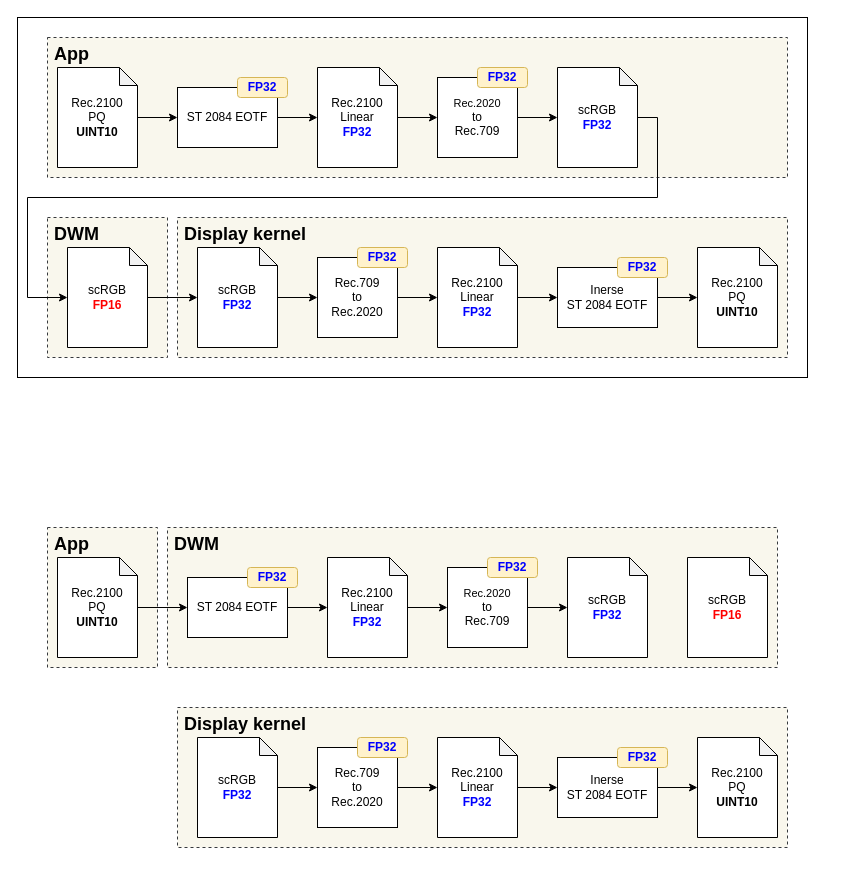
The draw.io diagram page "Windows_Color_Process" (2 of 2) of 2024/06_Correct_Windows_HDR_Output2/img/windows_signal_processing.drawio in toru-ver4/sample_code, before the edit. Source tidied: cells renumbered, new cells numbered last; positions are measured from the earlier drawing's top-left corner, leaving out a move shared by most shapes. Both pictures are drawn from the tidied source at 100%, with x=0, y=0 at pixel (17, 17).
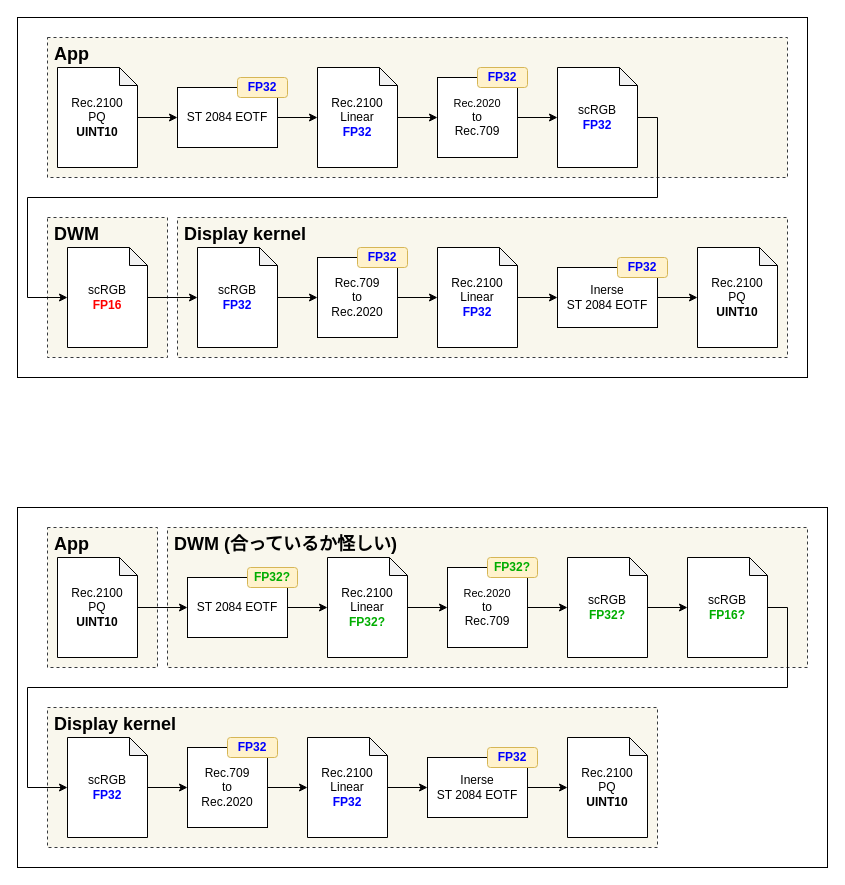
The same page after the edit.

Change to the diagram source:
```diff
@@
+    <mxCell id="57" style="rounded=0;whiteSpace=wrap;html=1;" parent="1" vertex="1">
+      <mxGeometry y="490" width="810" height="360" as="geometry" />
+    </mxCell>
@@
     <mxCell id="31" value="&amp;nbsp;Display kernel" style="rounded=0;whiteSpace=wrap;html=1;fontSize=18;verticalAlign=top;align=left;fontStyle=1;dashed=1;fillColor=#f9f7ed;strokeColor=#36393d;" parent="1" vertex="1">
-      <mxGeometry x="160" y="690" width="610" height="140" as="geometry" />
+      <mxGeometry x="30" y="690" width="610" height="140" as="geometry" />
     </mxCell>
-    <mxCell id="32" value="&amp;nbsp;DWM" style="rounded=0;whiteSpace=wrap;html=1;fontSize=18;verticalAlign=top;align=left;fontStyle=1;dashed=1;fillColor=#f9f7ed;strokeColor=#36393d;" parent="1" vertex="1">
-      <mxGeometry x="150" y="510" width="610" height="140" as="geometry" />
+    <mxCell id="32" value="&amp;nbsp;DWM (合っているか怪しい)" style="rounded=0;whiteSpace=wrap;html=1;fontSize=18;verticalAlign=top;align=left;fontStyle=1;dashed=1;fillColor=#f9f7ed;strokeColor=#36393d;" parent="1" vertex="1">
+      <mxGeometry x="150" y="510" width="640" height="140" as="geometry" />
     </mxCell>
@@
-    <mxCell id="37" value="&lt;div&gt;&lt;span style=&quot;background-color: initial;&quot;&gt;Rec.2100&lt;/span&gt;&lt;br&gt;&lt;/div&gt;&lt;div&gt;&lt;span style=&quot;background-color: initial;&quot;&gt;Linear&lt;/span&gt;&lt;/div&gt;&lt;font color=&quot;#0000ff&quot;&gt;&lt;b&gt;FP32&lt;/b&gt;&lt;/font&gt;" style="shape=note;whiteSpace=wrap;html=1;backgroundOutline=1;darkOpacity=0.05;size=18;" parent="1" vertex="1">
+    <mxCell id="37" value="&lt;div&gt;&lt;span style=&quot;background-color: initial;&quot;&gt;Rec.2100&lt;/span&gt;&lt;br&gt;&lt;/div&gt;&lt;div&gt;&lt;span style=&quot;background-color: initial;&quot;&gt;Linear&lt;/span&gt;&lt;/div&gt;&lt;b style=&quot;&quot;&gt;&lt;font color=&quot;#00ad00&quot;&gt;FP32?&lt;/font&gt;&lt;/b&gt;" style="shape=note;whiteSpace=wrap;html=1;backgroundOutline=1;darkOpacity=0.05;size=18;" parent="1" vertex="1">
       <mxGeometry x="310" y="540" width="80" height="100" as="geometry" />
     </mxCell>
-    <mxCell id="38" value="&lt;div&gt;scRGB&lt;/div&gt;&lt;div&gt;&lt;font color=&quot;#ff0000&quot;&gt;&lt;b&gt;FP16&lt;/b&gt;&lt;/font&gt;&lt;/div&gt;" style="shape=note;whiteSpace=wrap;html=1;backgroundOutline=1;darkOpacity=0.05;size=18;" parent="1" vertex="1">
+    <mxCell id="38" value="&lt;div&gt;scRGB&lt;/div&gt;&lt;div&gt;&lt;b style=&quot;&quot;&gt;&lt;font color=&quot;#00ad00&quot;&gt;FP16?&lt;/font&gt;&lt;/b&gt;&lt;/div&gt;" style="shape=note;whiteSpace=wrap;html=1;backgroundOutline=1;darkOpacity=0.05;size=18;" parent="1" vertex="1">
       <mxGeometry x="670" y="540" width="80" height="100" as="geometry" />
     </mxCell>
     <mxCell id="39" value="&lt;div&gt;Rec.2100&lt;/div&gt;&lt;div&gt;PQ&lt;/div&gt;&lt;div&gt;&lt;b&gt;UINT10&lt;/b&gt;&lt;/div&gt;" style="shape=note;whiteSpace=wrap;html=1;backgroundOutline=1;darkOpacity=0.05;size=18;" parent="1" vertex="1">
-      <mxGeometry x="680" y="720" width="80" height="100" as="geometry" />
+      <mxGeometry x="550" y="720" width="80" height="100" as="geometry" />
     </mxCell>
@@
     <mxCell id="42" value="&lt;div&gt;&lt;span style=&quot;background-color: initial;&quot;&gt;Rec.709&lt;/span&gt;&lt;br&gt;&lt;/div&gt;&lt;div&gt;&lt;span style=&quot;background-color: initial;&quot;&gt;to&lt;/span&gt;&lt;/div&gt;&lt;div&gt;&lt;span style=&quot;background-color: initial;&quot;&gt;Rec.2020&lt;/span&gt;&lt;/div&gt;" style="rounded=0;whiteSpace=wrap;html=1;" parent="1" vertex="1">
-      <mxGeometry x="300" y="730" width="80" height="80" as="geometry" />
+      <mxGeometry x="170" y="730" width="80" height="80" as="geometry" />
     </mxCell>
-    <mxCell id="43" value="&lt;div&gt;scRGB&lt;/div&gt;&lt;div&gt;&lt;b&gt;&lt;font color=&quot;#0000ff&quot;&gt;FP32&lt;/font&gt;&lt;/b&gt;&lt;/div&gt;" style="shape=note;whiteSpace=wrap;html=1;backgroundOutline=1;darkOpacity=0.05;size=18;" parent="1" vertex="1">
+    <mxCell id="43" value="&lt;div&gt;scRGB&lt;/div&gt;&lt;div&gt;&lt;b&gt;&lt;font color=&quot;#00ad00&quot;&gt;FP32?&lt;/font&gt;&lt;/b&gt;&lt;/div&gt;" style="shape=note;whiteSpace=wrap;html=1;backgroundOutline=1;darkOpacity=0.05;size=18;" parent="1" vertex="1">
       <mxGeometry x="550" y="540" width="80" height="100" as="geometry" />
     </mxCell>
@@
     <mxCell id="45" value="&lt;div&gt;&lt;span style=&quot;background-color: initial;&quot;&gt;Rec.2100&lt;/span&gt;&lt;br&gt;&lt;/div&gt;&lt;div&gt;&lt;span style=&quot;background-color: initial;&quot;&gt;Linear&lt;/span&gt;&lt;/div&gt;&lt;font color=&quot;#0000ff&quot;&gt;&lt;b&gt;FP32&lt;/b&gt;&lt;/font&gt;" style="shape=note;whiteSpace=wrap;html=1;backgroundOutline=1;darkOpacity=0.05;size=18;" parent="1" vertex="1">
-      <mxGeometry x="420" y="720" width="80" height="100" as="geometry" />
+      <mxGeometry x="290" y="720" width="80" height="100" as="geometry" />
     </mxCell>
     <mxCell id="46" value="&lt;div&gt;Inerse&lt;/div&gt;&lt;div&gt;ST 2084 EOTF&lt;/div&gt;" style="rounded=0;whiteSpace=wrap;html=1;" parent="1" vertex="1">
-      <mxGeometry x="540" y="740" width="100" height="60" as="geometry" />
+      <mxGeometry x="410" y="740" width="100" height="60" as="geometry" />
     </mxCell>
-    <mxCell id="47" value="FP32" style="rounded=1;whiteSpace=wrap;html=1;fillColor=#fff2cc;strokeColor=#d6b656;fontStyle=1;fontColor=#0000FF;" parent="1" vertex="1">
+    <mxCell id="47" value="&lt;font color=&quot;#00ad00&quot;&gt;FP32?&lt;/font&gt;" style="rounded=1;whiteSpace=wrap;html=1;fillColor=#fff2cc;strokeColor=#d6b656;fontStyle=1;fontColor=#0000FF;" parent="1" vertex="1">
       <mxGeometry x="230" y="550" width="50" height="20" as="geometry" />
     </mxCell>
-    <mxCell id="48" value="FP32" style="rounded=1;whiteSpace=wrap;html=1;fillColor=#fff2cc;strokeColor=#d6b656;fontStyle=1;fontColor=#0000FF;" parent="1" vertex="1">
+    <mxCell id="48" value="&lt;font color=&quot;#00ad00&quot;&gt;FP32?&lt;/font&gt;" style="rounded=1;whiteSpace=wrap;html=1;fillColor=#fff2cc;strokeColor=#d6b656;fontStyle=1;fontColor=#0000FF;" parent="1" vertex="1">
       <mxGeometry x="470" y="540" width="50" height="20" as="geometry" />
     </mxCell>
     <mxCell id="49" value="&lt;font color=&quot;#0000ff&quot;&gt;FP32&lt;/font&gt;" style="rounded=1;whiteSpace=wrap;html=1;fillColor=#fff2cc;strokeColor=#d6b656;fontStyle=1;" parent="1" vertex="1">
-      <mxGeometry x="340" y="720" width="50" height="20" as="geometry" />
+      <mxGeometry x="210" y="720" width="50" height="20" as="geometry" />
     </mxCell>
     <mxCell id="50" value="&lt;font color=&quot;#0000ff&quot;&gt;FP32&lt;/font&gt;" style="rounded=1;whiteSpace=wrap;html=1;fillColor=#fff2cc;strokeColor=#d6b656;fontStyle=1;" parent="1" vertex="1">
-      <mxGeometry x="600" y="730" width="50" height="20" as="geometry" />
+      <mxGeometry x="470" y="730" width="50" height="20" as="geometry" />
     </mxCell>
@@
     <mxCell id="56" value="&lt;div&gt;scRGB&lt;/div&gt;&lt;div&gt;&lt;b&gt;&lt;font color=&quot;#0000ff&quot;&gt;FP32&lt;/font&gt;&lt;/b&gt;&lt;/div&gt;" style="shape=note;whiteSpace=wrap;html=1;backgroundOutline=1;darkOpacity=0.05;size=18;" parent="1" vertex="1">
-      <mxGeometry x="180" y="720" width="80" height="100" as="geometry" />
+      <mxGeometry x="50" y="720" width="80" height="100" as="geometry" />
     </mxCell>
+    <mxCell id="58" style="edgeStyle=orthogonalEdgeStyle;rounded=0;jettySize=auto;html=1;entryX=0;entryY=0.5;entryDx=0;entryDy=0;entryPerimeter=0;" parent="1" edge="1" source="43" target="38">
+      <mxGeometry relative="1" as="geometry" />
+    </mxCell>
+    <mxCell id="59" style="edgeStyle=orthogonalEdgeStyle;rounded=0;jettySize=auto;html=1;entryX=0;entryY=0.5;entryDx=0;entryDy=0;entryPerimeter=0;" parent="1" edge="1" source="38" target="56">
+      <mxGeometry relative="1" as="geometry">
+        <Array as="points">
+          <mxPoint x="770" y="590" />
+          <mxPoint x="770" y="670" />
+          <mxPoint x="10" y="670" />
+          <mxPoint x="10" y="770" />
+        </Array>
+      </mxGeometry>
+    </mxCell>
```
